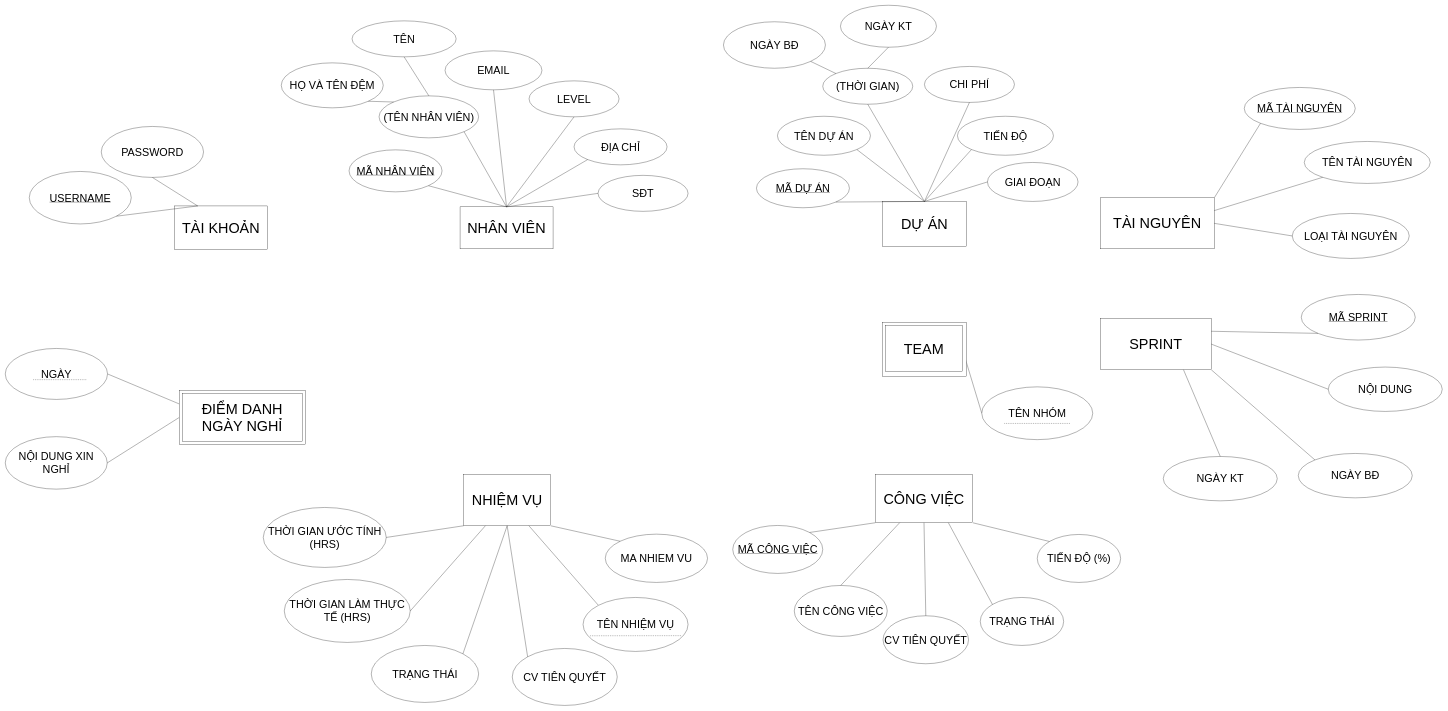
Above: page "Các Tập Thực Thể" (2 of 2) of model/Relation_ERD.drawio in Narius2030/Project-Management-App (draw.io), before the change. Source tidied: cells renumbered, new cells numbered last; positions are measured from the earlier drawing's top-left corner, leaving out a move shared by most shapes. Both pictures are drawn from the tidied source at 30%, with x=0, y=0 at pixel (5, 5).
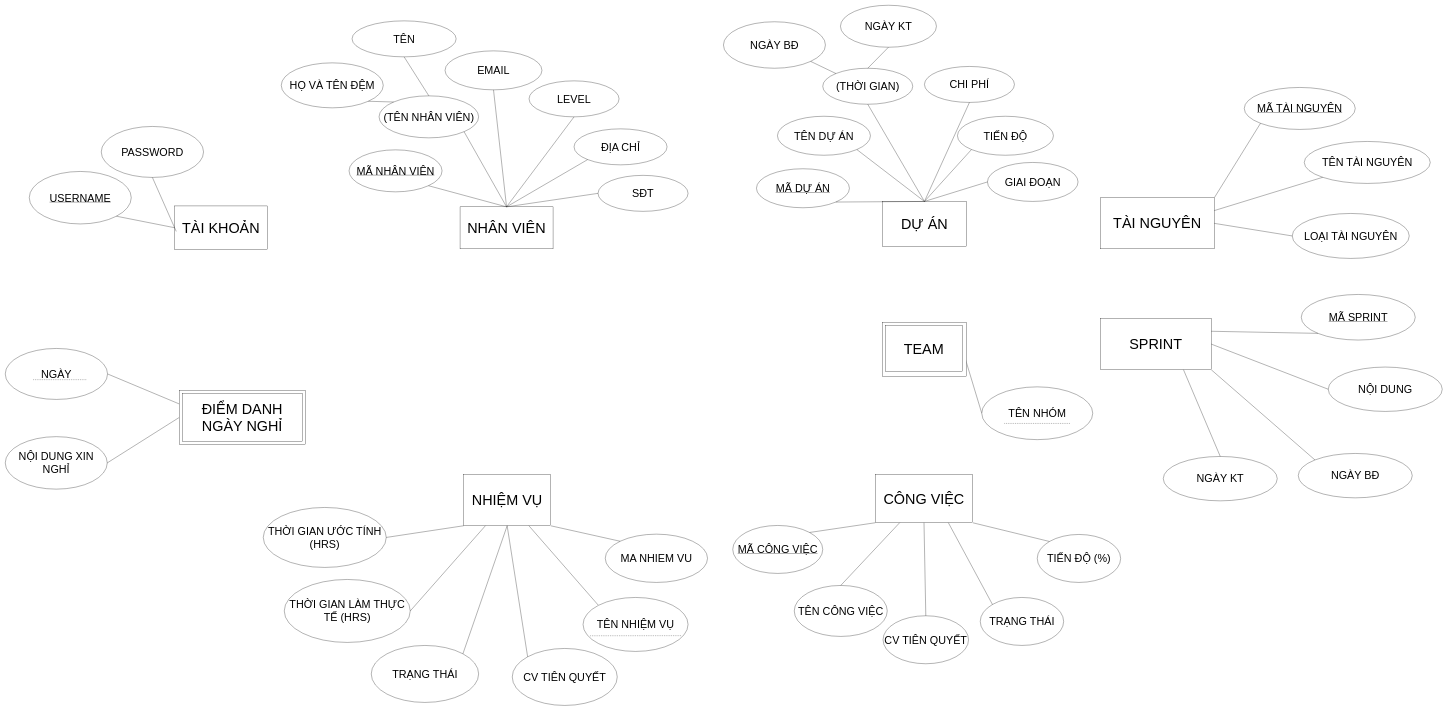
After the change.

Unchanged cells that the change refers to:
```xml
<mxCell id="2" value="&lt;font style=&quot;font-size: 48px;&quot;&gt;TÀI KHOẢN&lt;/font&gt;" style="rounded=0;whiteSpace=wrap;html=1;" parent="1" vertex="1">
  <mxGeometry x="564" y="669" width="310" height="145" as="geometry" />
</mxCell>
<mxCell id="3" value="&lt;font style=&quot;font-size: 36px;&quot;&gt;USERNAME&lt;/font&gt;" style="ellipse;whiteSpace=wrap;html=1;fontStyle=4;" parent="1" vertex="1">
  <mxGeometry x="80" y="554" width="340" height="175" as="geometry" />
</mxCell>
<mxCell id="4" value="&lt;font style=&quot;font-size: 36px;&quot;&gt;PASSWORD&lt;/font&gt;" style="ellipse;whiteSpace=wrap;html=1;" parent="1" vertex="1">
  <mxGeometry x="320" y="404" width="341" height="170" as="geometry" />
</mxCell>
```

Change to the diagram source:
```diff
@@
-    <mxCell id="5" style="endArrow=none;html=1;rounded=0;exitX=0.25;exitY=0;exitDx=0;exitDy=0;entryX=1;entryY=1;entryDx=0;entryDy=0;" parent="1" edge="1" source="2" target="3">
+    <mxCell id="5" style="endArrow=none;html=1;rounded=0;exitX=0;exitY=0.5;exitDx=0;exitDy=0;entryX=1;entryY=1;entryDx=0;entryDy=0;" parent="1" edge="1" source="2" target="3">
       <mxGeometry relative="1" as="geometry" />
     </mxCell>
-    <mxCell id="6" style="endArrow=none;html=1;rounded=0;exitX=0.25;exitY=0;exitDx=0;exitDy=0;entryX=0.5;entryY=1;entryDx=0;entryDy=0;" parent="1" edge="1" source="2" target="4">
-      <mxGeometry relative="1" as="geometry" />
+    <mxCell id="6" style="endArrow=none;html=1;rounded=0;entryX=0.5;entryY=1;entryDx=0;entryDy=0;" parent="1" edge="1" target="4">
+      <mxGeometry relative="1" as="geometry">
+        <mxPoint x="570" y="754" as="sourcePoint" />
+      </mxGeometry>
     </mxCell>
```
